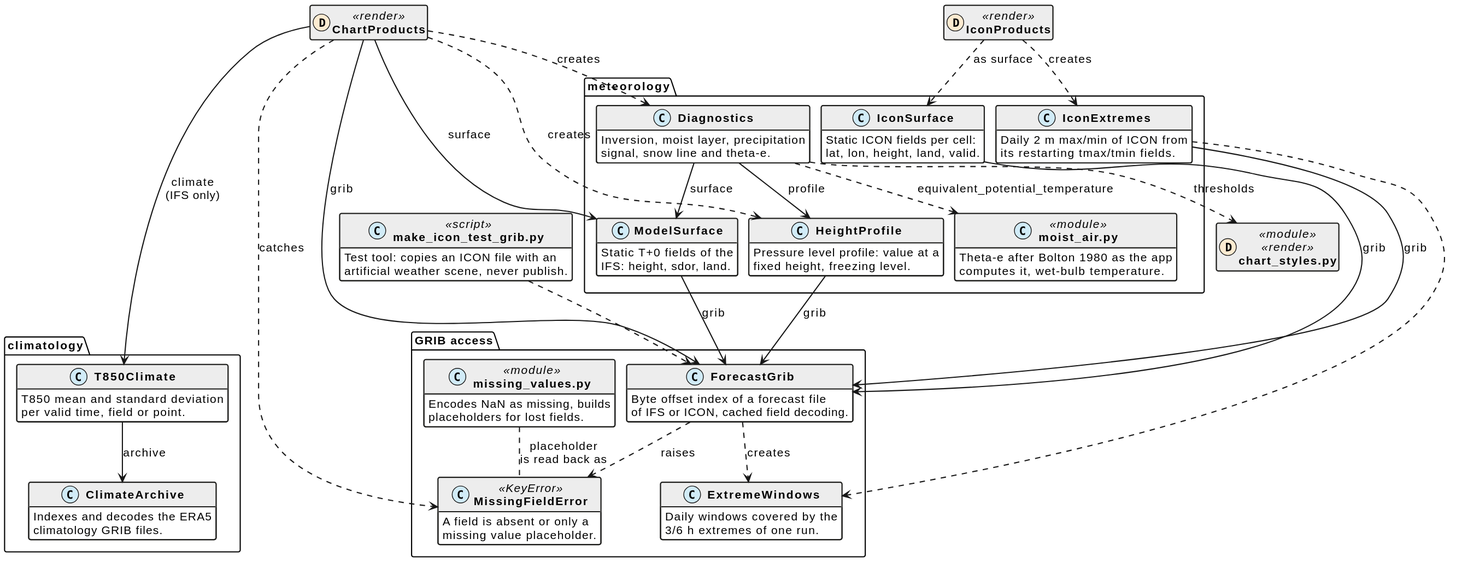
Before: docs/grib.svg, a diagram exported from PlantUML (schletz/wetterkartenviewer).
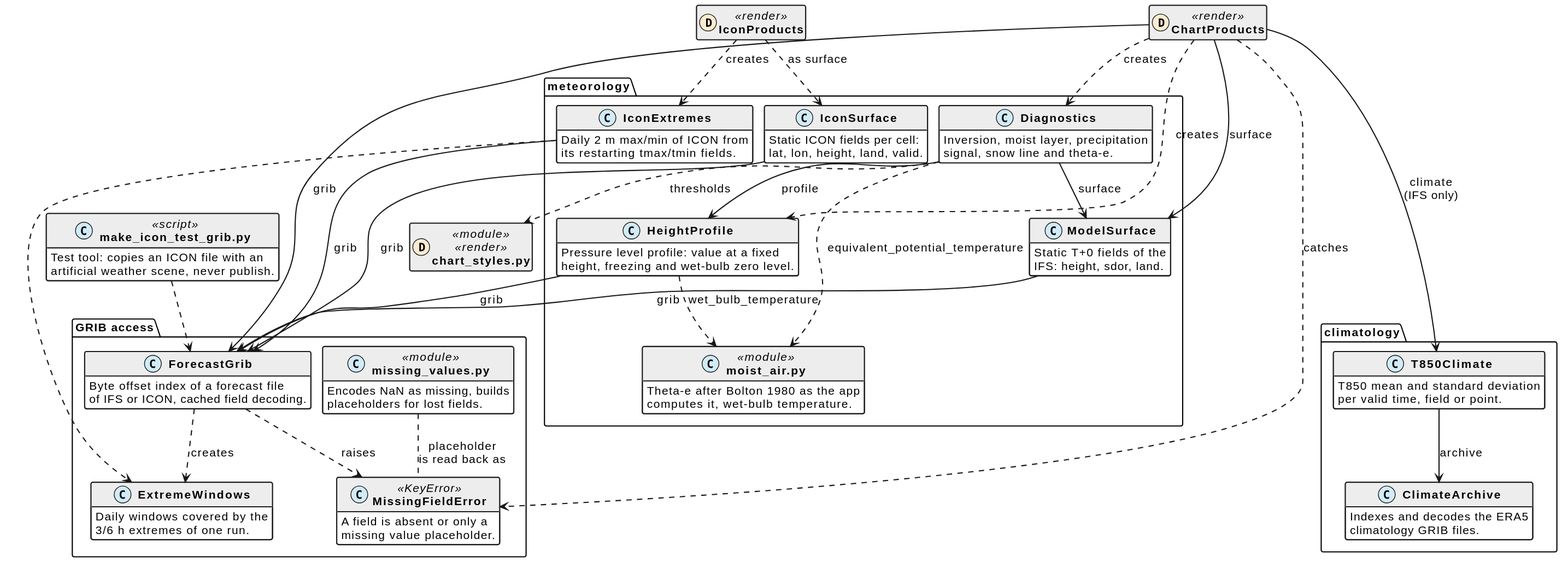
Later version of the same file.

Commit message:
Derive the snow line from the 0 °C wet-bulb level

Diff of the diagram source:
```diff
@@ -74,8 +74,8 @@
  lat, lon, height, land, valid.
  }
  class HeightProfile {
- Pressure level profile: value at a
- fixed height, freezing level.
+ Pressure level profile: value at a fixed
+ height, freezing and wet-bulb zero level.
  }
  class Diagnostics {
  Inversion, moist layer, precipitation
@@ -118,6 +118,7 @@
 ModelSurface --> ForecastGrib : grib
 IconSurface --> ForecastGrib : grib
 HeightProfile --> ForecastGrib : grib
+HeightProfile ..> moist_air : wet_bulb_temperature
 Diagnostics --> HeightProfile : profile
 Diagnostics --> ModelSurface : surface
 Diagnostics ..> chart_styles : thresholds
```
